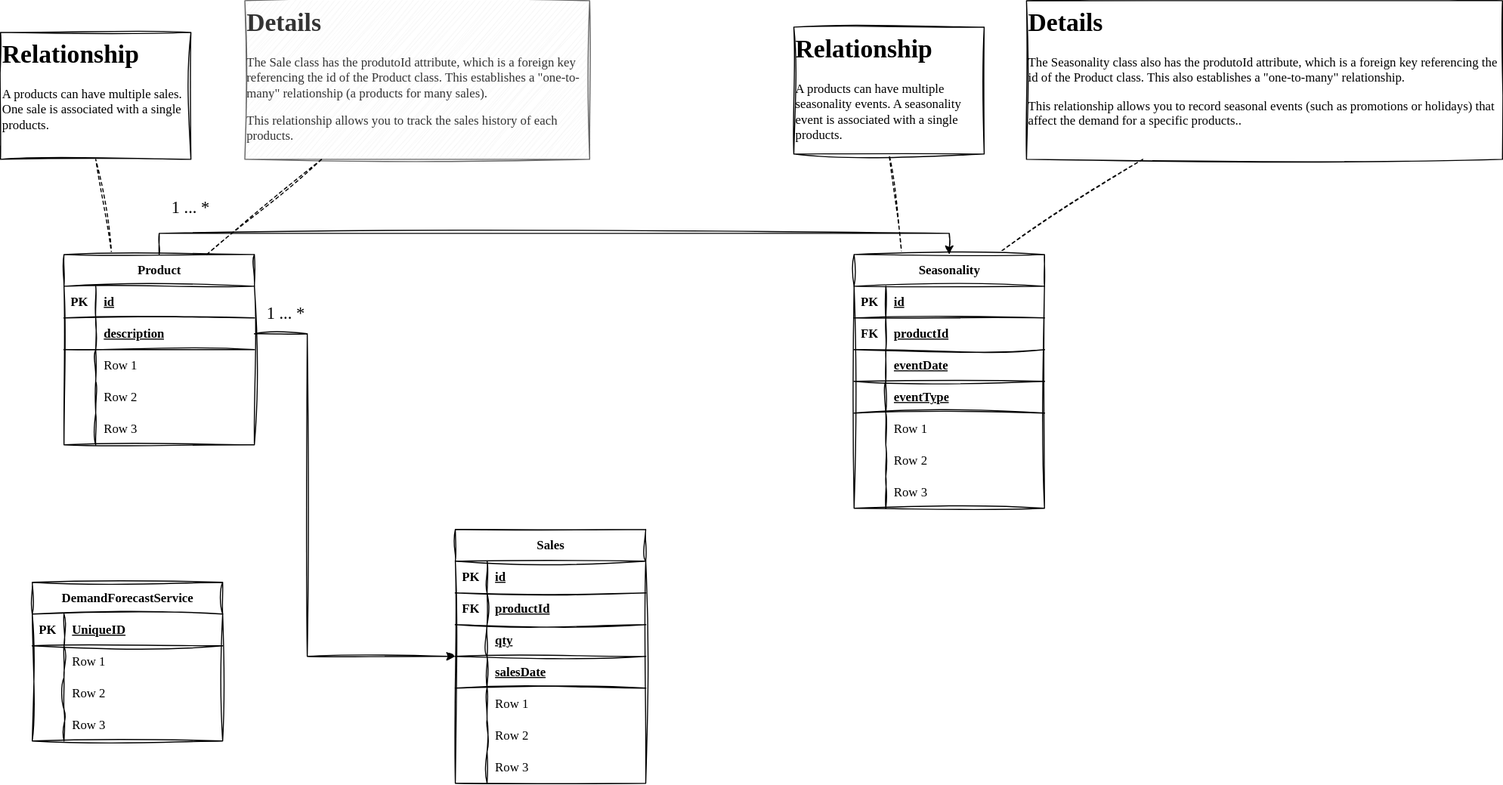
sergio-oliveira-br/StockWise keeps this draw.io diagram as StockWise.drawio.svg. Above is the earlier version. Source tidied: cells renumbered, new cells last; positions are measured from the earlier drawing's top-left corner, leaving out a move shared by most shapes.
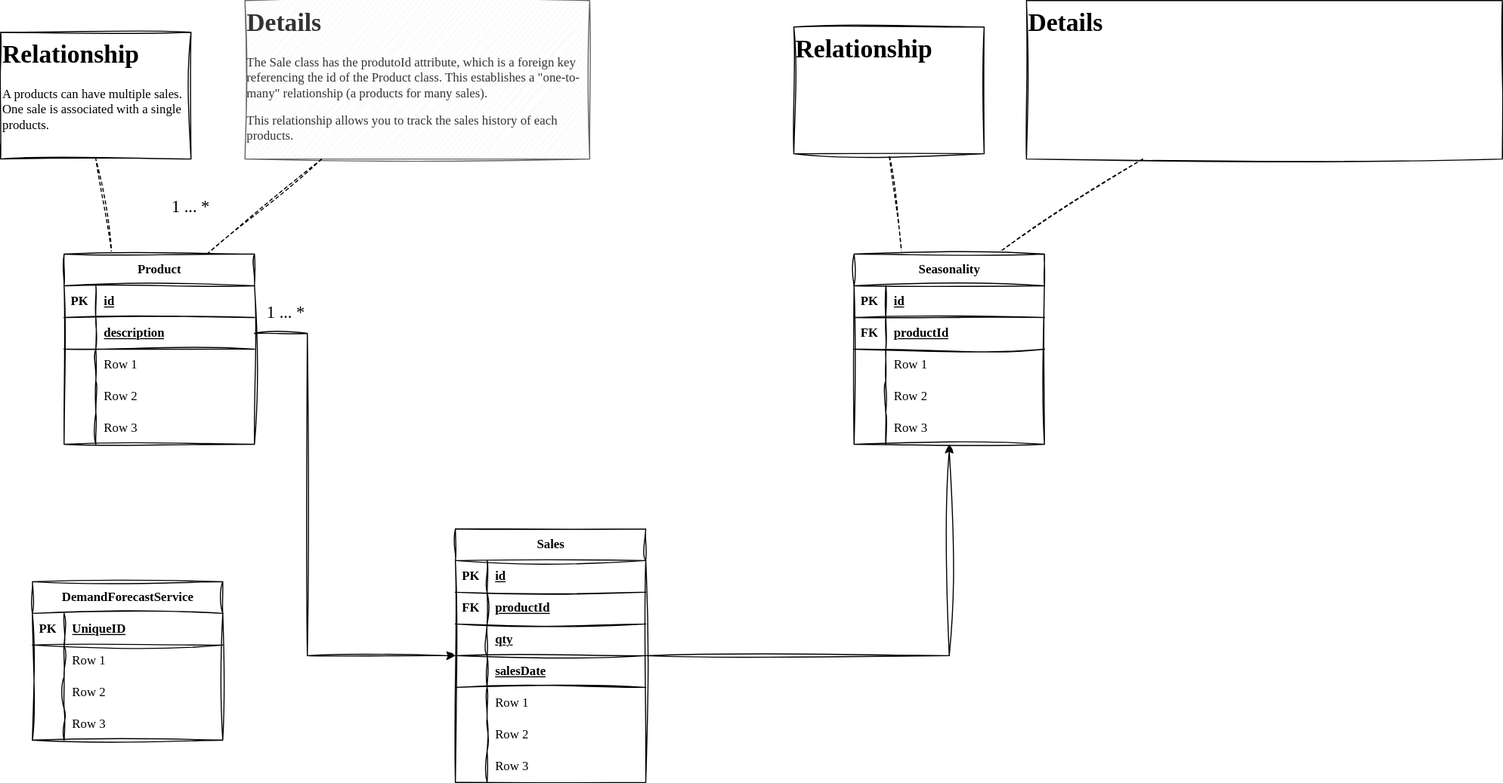
After the commit.

The edit, as a diff of the source:
```diff
@@ -60,7 +60,7 @@
       <mxGeometry relative="1" as="geometry" />
     </mxCell>
     <mxCell id="21" value="&lt;span style=&quot;white-space: normal;&quot;&gt;Seasonality&lt;/span&gt;" style="shape=table;startSize=30;rowLines=0;fontStyle=1;align=center;html=1;sketch=1;hachureGap=4;jiggle=2;curveFitting=1;fontFamily=Architects Daughter;fontSource=https%3A%2F%2Ffonts.googleapis.com%2Fcss%3Ffamily%3DArchitects%2BDaughter;" parent="1" vertex="1">
-      <mxGeometry x="807" y="240" width="180" height="240" as="geometry" />
+      <mxGeometry x="807" y="240" width="180" height="180" as="geometry" />
     </mxCell>
     <mxCell id="22" style="shape=tableRow;horizontal=0;startSize=0;swimlaneHead=0;swimlaneBody=0;fillColor=none;top=0;left=0;right=0;bottom=1;sketch=1;hachureGap=4;jiggle=2;curveFitting=1;fontFamily=Architects Daughter;fontSource=https%3A%2F%2Ffonts.googleapis.com%2Fcss%3Ffamily%3DArchitects%2BDaughter;" parent="21" vertex="1">
       <mxGeometry y="30" width="180" height="30" as="geometry" />
@@ -80,26 +80,8 @@
     <mxCell id="27" value="productId" style="shape=partialRectangle;fillColor=none;top=0;left=0;bottom=0;right=0;align=left;spacingLeft=6;fontStyle=5;overflow=hidden;whiteSpace=wrap;html=1;sketch=1;hachureGap=4;jiggle=2;curveFitting=1;fontFamily=Architects Daughter;fontSource=https%3A%2F%2Ffonts.googleapis.com%2Fcss%3Ffamily%3DArchitects%2BDaughter;" parent="25" vertex="1">
       <mxGeometry x="30" width="150" height="30" as="geometry" />
     </mxCell>
-    <mxCell id="28" style="shape=tableRow;horizontal=0;startSize=0;swimlaneHead=0;swimlaneBody=0;fillColor=none;top=0;left=0;right=0;bottom=1;sketch=1;hachureGap=4;jiggle=2;curveFitting=1;fontFamily=Architects Daughter;fontSource=https%3A%2F%2Ffonts.googleapis.com%2Fcss%3Ffamily%3DArchitects%2BDaughter;" parent="21" vertex="1">
-      <mxGeometry y="90" width="180" height="30" as="geometry" />
-    </mxCell>
-    <mxCell id="29" style="shape=partialRectangle;fillColor=none;top=0;left=0;bottom=0;right=0;fontStyle=1;overflow=hidden;whiteSpace=wrap;html=1;sketch=1;hachureGap=4;jiggle=2;curveFitting=1;fontFamily=Architects Daughter;fontSource=https%3A%2F%2Ffonts.googleapis.com%2Fcss%3Ffamily%3DArchitects%2BDaughter;" parent="28" vertex="1">
-      <mxGeometry width="30" height="30" as="geometry" />
-    </mxCell>
-    <mxCell id="30" value="eventDate" style="shape=partialRectangle;fillColor=none;top=0;left=0;bottom=0;right=0;align=left;spacingLeft=6;fontStyle=5;overflow=hidden;whiteSpace=wrap;html=1;sketch=1;hachureGap=4;jiggle=2;curveFitting=1;fontFamily=Architects Daughter;fontSource=https%3A%2F%2Ffonts.googleapis.com%2Fcss%3Ffamily%3DArchitects%2BDaughter;" parent="28" vertex="1">
-      <mxGeometry x="30" width="150" height="30" as="geometry" />
-    </mxCell>
-    <mxCell id="31" style="shape=tableRow;horizontal=0;startSize=0;swimlaneHead=0;swimlaneBody=0;fillColor=none;top=0;left=0;right=0;bottom=1;sketch=1;hachureGap=4;jiggle=2;curveFitting=1;fontFamily=Architects Daughter;fontSource=https%3A%2F%2Ffonts.googleapis.com%2Fcss%3Ffamily%3DArchitects%2BDaughter;" parent="21" vertex="1">
-      <mxGeometry y="120" width="180" height="30" as="geometry" />
-    </mxCell>
-    <mxCell id="32" style="shape=partialRectangle;fillColor=none;top=0;left=0;bottom=0;right=0;fontStyle=1;overflow=hidden;whiteSpace=wrap;html=1;sketch=1;hachureGap=4;jiggle=2;curveFitting=1;fontFamily=Architects Daughter;fontSource=https%3A%2F%2Ffonts.googleapis.com%2Fcss%3Ffamily%3DArchitects%2BDaughter;" parent="31" vertex="1">
-      <mxGeometry width="30" height="30" as="geometry" />
-    </mxCell>
-    <mxCell id="33" value="eventType" style="shape=partialRectangle;fillColor=none;top=0;left=0;bottom=0;right=0;align=left;spacingLeft=6;fontStyle=5;overflow=hidden;whiteSpace=wrap;html=1;sketch=1;hachureGap=4;jiggle=2;curveFitting=1;fontFamily=Architects Daughter;fontSource=https%3A%2F%2Ffonts.googleapis.com%2Fcss%3Ffamily%3DArchitects%2BDaughter;" parent="31" vertex="1">
-      <mxGeometry x="30" width="150" height="30" as="geometry" />
-    </mxCell>
     <mxCell id="34" style="shape=tableRow;horizontal=0;startSize=0;swimlaneHead=0;swimlaneBody=0;fillColor=none;top=0;left=0;right=0;bottom=0;sketch=1;hachureGap=4;jiggle=2;curveFitting=1;fontFamily=Architects Daughter;fontSource=https%3A%2F%2Ffonts.googleapis.com%2Fcss%3Ffamily%3DArchitects%2BDaughter;" parent="21" vertex="1">
-      <mxGeometry y="150" width="180" height="30" as="geometry" />
+      <mxGeometry y="90" width="180" height="30" as="geometry" />
     </mxCell>
     <mxCell id="35" style="shape=partialRectangle;fillColor=none;top=0;left=0;bottom=0;right=0;overflow=hidden;whiteSpace=wrap;html=1;sketch=1;hachureGap=4;jiggle=2;curveFitting=1;fontFamily=Architects Daughter;fontSource=https%3A%2F%2Ffonts.googleapis.com%2Fcss%3Ffamily%3DArchitects%2BDaughter;" parent="34" vertex="1">
       <mxGeometry width="30" height="30" as="geometry" />
@@ -108,7 +90,7 @@
       <mxGeometry x="30" width="150" height="30" as="geometry" />
     </mxCell>
     <mxCell id="37" style="shape=tableRow;horizontal=0;startSize=0;swimlaneHead=0;swimlaneBody=0;fillColor=none;top=0;left=0;right=0;bottom=0;sketch=1;hachureGap=4;jiggle=2;curveFitting=1;fontFamily=Architects Daughter;fontSource=https%3A%2F%2Ffonts.googleapis.com%2Fcss%3Ffamily%3DArchitects%2BDaughter;" parent="21" vertex="1">
-      <mxGeometry y="180" width="180" height="30" as="geometry" />
+      <mxGeometry y="120" width="180" height="30" as="geometry" />
     </mxCell>
     <mxCell id="38" style="shape=partialRectangle;fillColor=none;top=0;left=0;bottom=0;right=0;overflow=hidden;whiteSpace=wrap;html=1;sketch=1;hachureGap=4;jiggle=2;curveFitting=1;fontFamily=Architects Daughter;fontSource=https%3A%2F%2Ffonts.googleapis.com%2Fcss%3Ffamily%3DArchitects%2BDaughter;" parent="37" vertex="1">
       <mxGeometry width="30" height="30" as="geometry" />
@@ -117,7 +99,7 @@
       <mxGeometry x="30" width="150" height="30" as="geometry" />
     </mxCell>
     <mxCell id="40" style="shape=tableRow;horizontal=0;startSize=0;swimlaneHead=0;swimlaneBody=0;fillColor=none;top=0;left=0;right=0;bottom=0;sketch=1;hachureGap=4;jiggle=2;curveFitting=1;fontFamily=Architects Daughter;fontSource=https%3A%2F%2Ffonts.googleapis.com%2Fcss%3Ffamily%3DArchitects%2BDaughter;" parent="21" vertex="1">
-      <mxGeometry y="210" width="180" height="30" as="geometry" />
+      <mxGeometry y="150" width="180" height="30" as="geometry" />
     </mxCell>
     <mxCell id="41" style="shape=partialRectangle;fillColor=none;top=0;left=0;bottom=0;right=0;overflow=hidden;whiteSpace=wrap;html=1;sketch=1;hachureGap=4;jiggle=2;curveFitting=1;fontFamily=Architects Daughter;fontSource=https%3A%2F%2Ffonts.googleapis.com%2Fcss%3Ffamily%3DArchitects%2BDaughter;" parent="40" vertex="1">
       <mxGeometry width="30" height="30" as="geometry" />
@@ -125,6 +107,9 @@
     <mxCell id="42" value="Row 3" style="shape=partialRectangle;fillColor=none;top=0;left=0;bottom=0;right=0;align=left;spacingLeft=6;overflow=hidden;whiteSpace=wrap;html=1;sketch=1;hachureGap=4;jiggle=2;curveFitting=1;fontFamily=Architects Daughter;fontSource=https%3A%2F%2Ffonts.googleapis.com%2Fcss%3Ffamily%3DArchitects%2BDaughter;" parent="40" vertex="1">
       <mxGeometry x="30" width="150" height="30" as="geometry" />
     </mxCell>
+    <mxCell id="87" style="edgeStyle=orthogonalEdgeStyle;rounded=0;sketch=1;hachureGap=4;jiggle=2;curveFitting=1;jettySize=auto;html=1;fontFamily=Architects Daughter;fontSource=https%3A%2F%2Ffonts.googleapis.com%2Fcss%3Ffamily%3DArchitects%2BDaughter;" parent="1" edge="1" source="43" target="21">
+      <mxGeometry relative="1" as="geometry" />
+    </mxCell>
     <mxCell id="43" value="Sales" style="shape=table;startSize=30;rowLines=0;fontStyle=1;align=center;html=1;sketch=1;hachureGap=4;jiggle=2;curveFitting=1;fontFamily=Architects Daughter;fontSource=https%3A%2F%2Ffonts.googleapis.com%2Fcss%3Ffamily%3DArchitects%2BDaughter;" parent="1" vertex="1">
       <mxGeometry x="430" y="500" width="180" height="240" as="geometry" />
     </mxCell>
@@ -250,20 +235,12 @@
     <mxCell id="82" value="&lt;h1 style=&quot;margin-top: 0px;&quot;&gt;Details&lt;/h1&gt;&lt;p&gt;The Sale class has the produtoId attribute, which is a foreign key referencing the id of the Product class. This establishes a &quot;one-to-many&quot; relationship (a products for many sales).&lt;/p&gt;&lt;p&gt;This relationship allows you to track the sales history of each products.&lt;/p&gt;" style="text;html=1;whiteSpace=wrap;overflow=hidden;rounded=0;fontFamily=Architects Daughter;fontSource=https%3A%2F%2Ffonts.googleapis.com%2Fcss%3Ffamily%3DArchitects%2BDaughter;fillColor=#f5f5f5;fontColor=#333333;strokeColor=#666666;sketch=1;curveFitting=1;jiggle=2;" parent="1" vertex="1">
       <mxGeometry x="231" width="326" height="150" as="geometry" />
     </mxCell>
-    <mxCell id="83" value="&lt;h1 style=&quot;margin-top: 0px;&quot;&gt;Relationship&lt;/h1&gt;&lt;p&gt;A products can have multiple seasonality events. A seasonality event is associated with a single products.&lt;/p&gt;" style="text;html=1;whiteSpace=wrap;overflow=hidden;rounded=0;fontFamily=Architects Daughter;fontSource=https%3A%2F%2Ffonts.googleapis.com%2Fcss%3Ffamily%3DArchitects%2BDaughter;glass=0;strokeColor=default;sketch=1;curveFitting=1;jiggle=2;" parent="1" vertex="1">
+    <mxCell id="83" value="&lt;h1 style=&quot;margin-top: 0px;&quot;&gt;Relationship&lt;/h1&gt;&lt;p&gt;&lt;br&gt;&lt;/p&gt;" style="text;html=1;whiteSpace=wrap;overflow=hidden;rounded=0;fontFamily=Architects Daughter;fontSource=https%3A%2F%2Ffonts.googleapis.com%2Fcss%3Ffamily%3DArchitects%2BDaughter;glass=0;strokeColor=default;sketch=1;curveFitting=1;jiggle=2;" parent="1" vertex="1">
       <mxGeometry x="750" y="25" width="180" height="120" as="geometry" />
     </mxCell>
-    <mxCell id="84" value="&lt;h1 style=&quot;margin-top: 0px;&quot;&gt;Details&lt;/h1&gt;&lt;p&gt;The Seasonality class also has the produtoId attribute, which is a foreign key referencing the id of the Product class. This also establishes a &quot;one-to-many&quot; relationship.&lt;/p&gt;&lt;p&gt;This relationship allows you to record seasonal events (such as promotions or holidays) that affect the demand for a specific products..&lt;br&gt;&lt;/p&gt;" style="text;html=1;whiteSpace=wrap;overflow=hidden;rounded=0;fontFamily=Architects Daughter;fontSource=https%3A%2F%2Ffonts.googleapis.com%2Fcss%3Ffamily%3DArchitects%2BDaughter;strokeColor=default;glass=0;sketch=1;curveFitting=1;jiggle=2;" parent="1" vertex="1">
+    <mxCell id="84" value="&lt;h1 style=&quot;margin-top: 0px;&quot;&gt;Details&lt;/h1&gt;&lt;p&gt;&lt;br&gt;&lt;/p&gt;" style="text;html=1;whiteSpace=wrap;overflow=hidden;rounded=0;fontFamily=Architects Daughter;fontSource=https%3A%2F%2Ffonts.googleapis.com%2Fcss%3Ffamily%3DArchitects%2BDaughter;strokeColor=default;glass=0;sketch=1;curveFitting=1;jiggle=2;" parent="1" vertex="1">
       <mxGeometry x="970" width="450" height="150" as="geometry" />
     </mxCell>
-    <mxCell id="85" style="edgeStyle=orthogonalEdgeStyle;rounded=0;sketch=1;hachureGap=4;jiggle=2;curveFitting=1;jettySize=auto;html=1;entryX=0.5;entryY=0;entryDx=0;entryDy=0;fontFamily=Architects Daughter;fontSource=https%3A%2F%2Ffonts.googleapis.com%2Fcss%3Ffamily%3DArchitects%2BDaughter;" parent="1" edge="1" source="3" target="21">
-      <mxGeometry relative="1" as="geometry">
-        <Array as="points">
-          <mxPoint x="150" y="220" />
-          <mxPoint x="897" y="220" />
-        </Array>
-      </mxGeometry>
-    </mxCell>
     <mxCell id="86" style="rounded=0;sketch=1;hachureGap=4;jiggle=2;curveFitting=1;jettySize=auto;html=1;fontFamily=Architects Daughter;fontSource=https%3A%2F%2Ffonts.googleapis.com%2Fcss%3Ffamily%3DArchitects%2BDaughter;dashed=1;endArrow=none;startFill=0;exitX=0.75;exitY=0;exitDx=0;exitDy=0;" parent="1" edge="1" source="3" target="82">
       <mxGeometry relative="1" as="geometry" />
     </mxCell>
```
